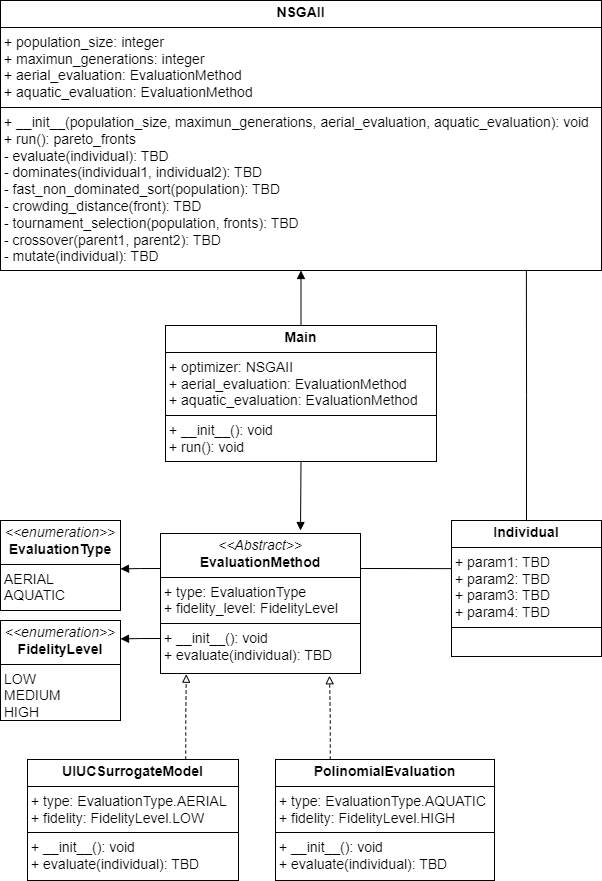
The draw.io diagram docs/diagrams/Class Diagram.png in JoeVogel/hydrone-multi-objective-optimization, before a commit. Source tidied: cells renumbered, new cells last; positions are measured from the earlier drawing's top-left corner, leaving out a move shared by most shapes.
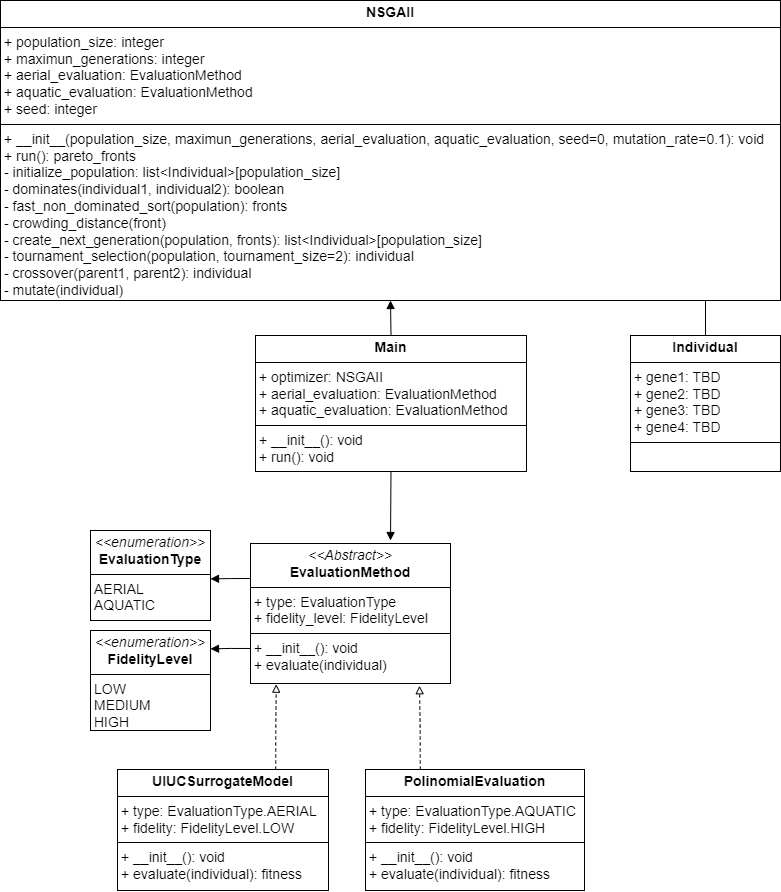
Later version of the same file.

What changed in the source:
```diff
@@ -12,10 +12,7 @@
         <mxPoint x="120" y="638.4" as="targetPoint" />
       </mxGeometry>
     </mxCell>
-    <mxCell id="4" style="edgeStyle=orthogonalEdgeStyle;rounded=0;jettySize=auto;html=1;exitX=1;exitY=0.25;exitDx=0;exitDy=0;endArrow=none;startFill=0;entryX=0.012;entryY=0.354;entryDx=0;entryDy=0;entryPerimeter=0;" parent="1" edge="1" source="5" target="15">
-      <mxGeometry relative="1" as="geometry" />
-    </mxCell>
-    <mxCell id="5" value="&lt;p style=&quot;margin:0px;margin-top:4px;text-align:center;&quot;&gt;&lt;font style=&quot;font-size: 14px;&quot;&gt;&lt;i style=&quot;&quot;&gt;&amp;lt;&amp;lt;Abstract&amp;gt;&amp;gt;&lt;/i&gt;&lt;br&gt;&lt;b style=&quot;&quot;&gt;EvaluationMethod&lt;/b&gt;&lt;/font&gt;&lt;/p&gt;&lt;hr size=&quot;1&quot; style=&quot;border-style:solid;&quot;&gt;&lt;p style=&quot;margin:0px;margin-left:4px;&quot;&gt;&lt;font style=&quot;font-size: 14px;&quot;&gt;+ type: EvaluationType&lt;br&gt;+ fidelity_level: FidelityLevel&lt;/font&gt;&lt;/p&gt;&lt;hr size=&quot;1&quot; style=&quot;border-style:solid;&quot;&gt;&lt;p style=&quot;margin:0px;margin-left:4px;&quot;&gt;&lt;font style=&quot;font-size: 14px;&quot;&gt;+ __init__(): void&lt;br&gt;+ evaluate(individual): TBD&lt;/font&gt;&lt;/p&gt;" style="verticalAlign=top;align=left;overflow=fill;html=1;whiteSpace=wrap;" parent="1" vertex="1">
+    <mxCell id="5" value="&lt;p style=&quot;margin:0px;margin-top:4px;text-align:center;&quot;&gt;&lt;font style=&quot;font-size: 14px;&quot;&gt;&lt;i style=&quot;&quot;&gt;&amp;lt;&amp;lt;Abstract&amp;gt;&amp;gt;&lt;/i&gt;&lt;br&gt;&lt;b style=&quot;&quot;&gt;EvaluationMethod&lt;/b&gt;&lt;/font&gt;&lt;/p&gt;&lt;hr size=&quot;1&quot; style=&quot;border-style:solid;&quot;&gt;&lt;p style=&quot;margin:0px;margin-left:4px;&quot;&gt;&lt;font style=&quot;font-size: 14px;&quot;&gt;+ type: EvaluationType&lt;br&gt;+ fidelity_level: FidelityLevel&lt;/font&gt;&lt;/p&gt;&lt;hr size=&quot;1&quot; style=&quot;border-style:solid;&quot;&gt;&lt;p style=&quot;margin:0px;margin-left:4px;&quot;&gt;&lt;font style=&quot;font-size: 14px;&quot;&gt;+ __init__(): void&lt;br&gt;+ evaluate(individual)&lt;/font&gt;&lt;/p&gt;" style="verticalAlign=top;align=left;overflow=fill;html=1;whiteSpace=wrap;" parent="1" vertex="1">
       <mxGeometry x="160" y="533" width="200" height="140" as="geometry" />
     </mxCell>
     <mxCell id="6" value="&lt;p style=&quot;margin:0px;margin-top:4px;text-align:center;&quot;&gt;&lt;font style=&quot;font-size: 14px;&quot;&gt;&lt;i style=&quot;&quot;&gt;&amp;lt;&amp;lt;enumeration&amp;gt;&amp;gt;&lt;/i&gt;&lt;br&gt;&lt;span style=&quot;text-align: left;&quot;&gt;&lt;b&gt;EvaluationType&lt;/b&gt;&lt;/span&gt;&lt;br&gt;&lt;/font&gt;&lt;/p&gt;&lt;hr size=&quot;1&quot; style=&quot;border-style:solid;&quot;&gt;&lt;p style=&quot;margin:0px;margin-left:4px;&quot;&gt;&lt;font style=&quot;font-size: 14px;&quot;&gt;AERIAL&lt;br&gt;AQUATIC&lt;/font&gt;&lt;/p&gt;&lt;p style=&quot;margin:0px;margin-left:4px;&quot;&gt;&lt;br&gt;&lt;/p&gt;" style="verticalAlign=top;align=left;overflow=fill;html=1;whiteSpace=wrap;" parent="1" vertex="1">
@@ -24,10 +21,10 @@
     <mxCell id="7" value="&lt;p style=&quot;margin:0px;margin-top:4px;text-align:center;&quot;&gt;&lt;font style=&quot;font-size: 14px;&quot;&gt;&lt;i style=&quot;&quot;&gt;&amp;lt;&amp;lt;enumeration&amp;gt;&amp;gt;&lt;/i&gt;&lt;br&gt;&lt;span style=&quot;text-align: left;&quot;&gt;&lt;b&gt;FidelityLevel&lt;/b&gt;&lt;/span&gt;&lt;br&gt;&lt;/font&gt;&lt;/p&gt;&lt;hr size=&quot;1&quot; style=&quot;border-style:solid;&quot;&gt;&lt;p style=&quot;margin:0px;margin-left:4px;&quot;&gt;&lt;font style=&quot;font-size: 14px;&quot;&gt;LOW&lt;br&gt;MEDIUM&lt;/font&gt;&lt;/p&gt;&lt;p style=&quot;margin:0px;margin-left:4px;&quot;&gt;&lt;font style=&quot;font-size: 14px;&quot;&gt;HIGH&lt;/font&gt;&lt;/p&gt;&lt;p style=&quot;margin:0px;margin-left:4px;&quot;&gt;&lt;br&gt;&lt;/p&gt;" style="verticalAlign=top;align=left;overflow=fill;html=1;whiteSpace=wrap;" parent="1" vertex="1">
       <mxGeometry y="620" width="120" height="100" as="geometry" />
     </mxCell>
-    <mxCell id="8" value="&lt;p style=&quot;margin:0px;margin-top:4px;text-align:center;&quot;&gt;&lt;b&gt;&lt;font style=&quot;font-size: 14px;&quot;&gt;UIUCSurrogateModel&lt;/font&gt;&lt;/b&gt;&lt;/p&gt;&lt;hr size=&quot;1&quot; style=&quot;border-style:solid;&quot;&gt;&lt;p style=&quot;margin:0px;margin-left:4px;&quot;&gt;&lt;font style=&quot;font-size: 14px;&quot;&gt;+ type: EvaluationType.AERIAL&lt;/font&gt;&lt;/p&gt;&lt;p style=&quot;margin:0px;margin-left:4px;&quot;&gt;&lt;font style=&quot;font-size: 14px;&quot;&gt;+ fidelity: FidelityLevel.LOW&lt;/font&gt;&lt;/p&gt;&lt;hr size=&quot;1&quot; style=&quot;border-style:solid;&quot;&gt;&lt;p style=&quot;margin:0px;margin-left:4px;&quot;&gt;&lt;font style=&quot;font-size: 14px;&quot;&gt;+ __init__(): void&lt;/font&gt;&lt;/p&gt;&lt;p style=&quot;margin:0px;margin-left:4px;&quot;&gt;&lt;font style=&quot;font-size: 14px;&quot;&gt;+ evaluate(individual): TBD&lt;/font&gt;&lt;/p&gt;" style="verticalAlign=top;align=left;overflow=fill;html=1;whiteSpace=wrap;" parent="1" vertex="1">
+    <mxCell id="8" value="&lt;p style=&quot;margin:0px;margin-top:4px;text-align:center;&quot;&gt;&lt;b&gt;&lt;font style=&quot;font-size: 14px;&quot;&gt;UIUCSurrogateModel&lt;/font&gt;&lt;/b&gt;&lt;/p&gt;&lt;hr size=&quot;1&quot; style=&quot;border-style:solid;&quot;&gt;&lt;p style=&quot;margin:0px;margin-left:4px;&quot;&gt;&lt;font style=&quot;font-size: 14px;&quot;&gt;+ type: EvaluationType.AERIAL&lt;/font&gt;&lt;/p&gt;&lt;p style=&quot;margin:0px;margin-left:4px;&quot;&gt;&lt;font style=&quot;font-size: 14px;&quot;&gt;+ fidelity: FidelityLevel.LOW&lt;/font&gt;&lt;/p&gt;&lt;hr size=&quot;1&quot; style=&quot;border-style:solid;&quot;&gt;&lt;p style=&quot;margin:0px;margin-left:4px;&quot;&gt;&lt;font style=&quot;font-size: 14px;&quot;&gt;+ __init__(): void&lt;/font&gt;&lt;/p&gt;&lt;p style=&quot;margin:0px;margin-left:4px;&quot;&gt;&lt;font style=&quot;font-size: 14px;&quot;&gt;+ evaluate(individual): fitness&lt;/font&gt;&lt;/p&gt;" style="verticalAlign=top;align=left;overflow=fill;html=1;whiteSpace=wrap;" parent="1" vertex="1">
       <mxGeometry x="27" y="759" width="211" height="121" as="geometry" />
     </mxCell>
-    <mxCell id="9" value="&lt;p style=&quot;margin:0px;margin-top:4px;text-align:center;&quot;&gt;&lt;b&gt;&lt;font style=&quot;font-size: 14px;&quot;&gt;PolinomialEvaluation&lt;/font&gt;&lt;/b&gt;&lt;/p&gt;&lt;hr size=&quot;1&quot; style=&quot;border-style:solid;&quot;&gt;&lt;p style=&quot;margin:0px;margin-left:4px;&quot;&gt;&lt;font style=&quot;font-size: 14px;&quot;&gt;+ type: EvaluationType.AQUATIC&lt;/font&gt;&lt;/p&gt;&lt;p style=&quot;margin:0px;margin-left:4px;&quot;&gt;&lt;font style=&quot;font-size: 14px;&quot;&gt;+ fidelity: FidelityLevel.HIGH&lt;/font&gt;&lt;/p&gt;&lt;hr size=&quot;1&quot; style=&quot;border-style:solid;&quot;&gt;&lt;p style=&quot;margin:0px;margin-left:4px;&quot;&gt;&lt;font style=&quot;font-size: 14px;&quot;&gt;+ __init__(): void&lt;/font&gt;&lt;/p&gt;&lt;p style=&quot;margin:0px;margin-left:4px;&quot;&gt;&lt;font style=&quot;font-size: 14px;&quot;&gt;+ evaluate(individual): TBD&lt;/font&gt;&lt;/p&gt;" style="verticalAlign=top;align=left;overflow=fill;html=1;whiteSpace=wrap;" parent="1" vertex="1">
+    <mxCell id="9" value="&lt;p style=&quot;margin:0px;margin-top:4px;text-align:center;&quot;&gt;&lt;b&gt;&lt;font style=&quot;font-size: 14px;&quot;&gt;PolinomialEvaluation&lt;/font&gt;&lt;/b&gt;&lt;/p&gt;&lt;hr size=&quot;1&quot; style=&quot;border-style:solid;&quot;&gt;&lt;p style=&quot;margin:0px;margin-left:4px;&quot;&gt;&lt;font style=&quot;font-size: 14px;&quot;&gt;+ type: EvaluationType.AQUATIC&lt;/font&gt;&lt;/p&gt;&lt;p style=&quot;margin:0px;margin-left:4px;&quot;&gt;&lt;font style=&quot;font-size: 14px;&quot;&gt;+ fidelity: FidelityLevel.HIGH&lt;/font&gt;&lt;/p&gt;&lt;hr size=&quot;1&quot; style=&quot;border-style:solid;&quot;&gt;&lt;p style=&quot;margin:0px;margin-left:4px;&quot;&gt;&lt;font style=&quot;font-size: 14px;&quot;&gt;+ __init__(): void&lt;/font&gt;&lt;/p&gt;&lt;p style=&quot;margin:0px;margin-left:4px;&quot;&gt;&lt;font style=&quot;font-size: 14px;&quot;&gt;+ evaluate(individual): fitness&lt;/font&gt;&lt;/p&gt;" style="verticalAlign=top;align=left;overflow=fill;html=1;whiteSpace=wrap;" parent="1" vertex="1">
       <mxGeometry x="275" y="759" width="219" height="121" as="geometry" />
     </mxCell>
     <mxCell id="10" style="edgeStyle=orthogonalEdgeStyle;rounded=0;jettySize=auto;html=1;exitX=0.75;exitY=0;exitDx=0;exitDy=0;entryX=0.129;entryY=1.005;entryDx=0;entryDy=0;entryPerimeter=0;dashed=1;endArrow=block;endFill=0;" parent="1" edge="1" source="8" target="5">
@@ -42,14 +39,16 @@
     <mxCell id="13" value="&lt;p style=&quot;margin:0px;margin-top:4px;text-align:center;&quot;&gt;&lt;b&gt;&lt;font style=&quot;font-size: 14px;&quot;&gt;Main&lt;/font&gt;&lt;/b&gt;&lt;/p&gt;&lt;hr size=&quot;1&quot; style=&quot;border-style:solid;&quot;&gt;&lt;p style=&quot;margin:0px;margin-left:4px;&quot;&gt;&lt;font style=&quot;font-size: 14px;&quot;&gt;+ optimizer: NSGAII&lt;/font&gt;&lt;/p&gt;&lt;p style=&quot;margin:0px;margin-left:4px;&quot;&gt;&lt;font style=&quot;font-size: 14px;&quot;&gt;+&amp;nbsp;&lt;span style=&quot;background-color: transparent; color: light-dark(rgb(0, 0, 0), rgb(255, 255, 255));&quot;&gt;aerial_evaluation: EvaluationMethod&lt;/span&gt;&lt;/font&gt;&lt;/p&gt;&lt;p style=&quot;margin:0px;margin-left:4px;&quot;&gt;&lt;font style=&quot;font-size: 14px;&quot;&gt;+ aquatic_evaluation: EvaluationMethod&lt;/font&gt;&lt;/p&gt;&lt;hr size=&quot;1&quot; style=&quot;border-style:solid;&quot;&gt;&lt;p style=&quot;margin:0px;margin-left:4px;&quot;&gt;&lt;font style=&quot;font-size: 14px;&quot;&gt;+ __init__(): void&lt;/font&gt;&lt;/p&gt;&lt;p style=&quot;margin:0px;margin-left:4px;&quot;&gt;&lt;font style=&quot;font-size: 14px;&quot;&gt;+ run(): void&lt;/font&gt;&lt;/p&gt;" style="verticalAlign=top;align=left;overflow=fill;html=1;whiteSpace=wrap;" parent="1" vertex="1">
       <mxGeometry x="165" y="325" width="271" height="136" as="geometry" />
     </mxCell>
-    <mxCell id="14" value="&lt;p style=&quot;margin:0px;margin-top:4px;text-align:center;&quot;&gt;&lt;b&gt;&lt;font style=&quot;font-size: 14px;&quot;&gt;NSGAII&lt;/font&gt;&lt;/b&gt;&lt;/p&gt;&lt;hr size=&quot;1&quot; style=&quot;border-style:solid;&quot;&gt;&lt;p style=&quot;margin:0px;margin-left:4px;&quot;&gt;&lt;font style=&quot;font-size: 14px;&quot;&gt;+ population_size: integer&lt;/font&gt;&lt;/p&gt;&lt;p style=&quot;margin:0px;margin-left:4px;&quot;&gt;&lt;font style=&quot;font-size: 14px;&quot;&gt;+&amp;nbsp;&lt;span style=&quot;background-color: transparent; color: light-dark(rgb(0, 0, 0), rgb(255, 255, 255));&quot;&gt;maximun_generations: integer&lt;/span&gt;&lt;/font&gt;&lt;/p&gt;&lt;p style=&quot;margin:0px;margin-left:4px;&quot;&gt;&lt;font style=&quot;font-size: 14px;&quot;&gt;+ aerial_evaluation: EvaluationMethod&lt;/font&gt;&lt;/p&gt;&lt;p style=&quot;margin:0px;margin-left:4px;&quot;&gt;&lt;font style=&quot;font-size: 14px;&quot;&gt;+ aquatic_evaluation: EvaluationMethod&lt;/font&gt;&lt;/p&gt;&lt;hr size=&quot;1&quot; style=&quot;border-style:solid;&quot;&gt;&lt;p style=&quot;margin:0px;margin-left:4px;&quot;&gt;&lt;font style=&quot;font-size: 14px;&quot;&gt;+ __init__(population_size,&amp;nbsp;&lt;span style=&quot;background-color: transparent; color: light-dark(rgb(0, 0, 0), rgb(255, 255, 255));&quot;&gt;maximun_generations,&amp;nbsp;&lt;/span&gt;&lt;span style=&quot;background-color: transparent; color: light-dark(rgb(0, 0, 0), rgb(255, 255, 255));&quot;&gt;aerial_evaluation,&amp;nbsp;&lt;/span&gt;&lt;span style=&quot;background-color: transparent; color: light-dark(rgb(0, 0, 0), rgb(255, 255, 255));&quot;&gt;aquatic_evaluation&lt;/span&gt;&lt;span style=&quot;background-color: transparent; color: light-dark(rgb(0, 0, 0), rgb(255, 255, 255));&quot;&gt;): void&lt;/span&gt;&lt;/font&gt;&lt;/p&gt;&lt;p style=&quot;margin:0px;margin-left:4px;&quot;&gt;&lt;font style=&quot;font-size: 14px;&quot;&gt;+ run(): pareto_fronts&lt;/font&gt;&lt;/p&gt;&lt;p style=&quot;margin:0px;margin-left:4px;&quot;&gt;&lt;font style=&quot;font-size: 14px;&quot;&gt;- evaluate(individual): TBD&lt;/font&gt;&lt;/p&gt;&lt;p style=&quot;margin:0px;margin-left:4px;&quot;&gt;&lt;font style=&quot;font-size: 14px;&quot;&gt;-&amp;nbsp;dominates(individual1, individual2): TBD&lt;/font&gt;&lt;/p&gt;&lt;p style=&quot;margin:0px;margin-left:4px;&quot;&gt;&lt;font style=&quot;font-size: 14px;&quot;&gt;- fast_non_dominated_sort(population): TBD&lt;/font&gt;&lt;/p&gt;&lt;p style=&quot;margin:0px;margin-left:4px;&quot;&gt;&lt;font style=&quot;font-size: 14px;&quot;&gt;-&amp;nbsp;crowding_distance(front): TBD&lt;/font&gt;&lt;/p&gt;&lt;p style=&quot;margin:0px;margin-left:4px;&quot;&gt;&lt;font style=&quot;font-size: 14px;&quot;&gt;-&amp;nbsp;tournament_selection(population, fronts): TBD&lt;/font&gt;&lt;/p&gt;&lt;p style=&quot;margin:0px;margin-left:4px;&quot;&gt;&lt;font style=&quot;font-size: 14px;&quot;&gt;-&amp;nbsp;crossover(parent1, parent2): TBD&lt;/font&gt;&lt;/p&gt;&lt;p style=&quot;margin:0px;margin-left:4px;&quot;&gt;&lt;font style=&quot;font-size: 14px;&quot;&gt;-&amp;nbsp;mutate(individual): TBD&lt;/font&gt;&lt;/p&gt;" style="verticalAlign=top;align=left;overflow=fill;html=1;whiteSpace=wrap;" parent="1" vertex="1">
-      <mxGeometry width="601" height="270" as="geometry" />
+    <mxCell id="14" value="&lt;p style=&quot;margin:0px;margin-top:4px;text-align:center;&quot;&gt;&lt;b&gt;&lt;font style=&quot;font-size: 14px;&quot;&gt;NSGAII&lt;/font&gt;&lt;/b&gt;&lt;/p&gt;&lt;hr size=&quot;1&quot; style=&quot;border-style:solid;&quot;&gt;&lt;p style=&quot;margin:0px;margin-left:4px;&quot;&gt;&lt;font style=&quot;font-size: 14px;&quot;&gt;+ population_size: integer&lt;/font&gt;&lt;/p&gt;&lt;p style=&quot;margin:0px;margin-left:4px;&quot;&gt;&lt;font style=&quot;font-size: 14px;&quot;&gt;+&amp;nbsp;&lt;span style=&quot;background-color: transparent; color: light-dark(rgb(0, 0, 0), rgb(255, 255, 255));&quot;&gt;maximun_generations: integer&lt;/span&gt;&lt;/font&gt;&lt;/p&gt;&lt;p style=&quot;margin:0px;margin-left:4px;&quot;&gt;&lt;font style=&quot;font-size: 14px;&quot;&gt;+ aerial_evaluation: EvaluationMethod&lt;/font&gt;&lt;/p&gt;&lt;p style=&quot;margin:0px;margin-left:4px;&quot;&gt;&lt;font style=&quot;font-size: 14px;&quot;&gt;+ aquatic_evaluation: EvaluationMethod&lt;/font&gt;&lt;/p&gt;&lt;p style=&quot;margin:0px;margin-left:4px;&quot;&gt;&lt;font style=&quot;font-size: 14px;&quot;&gt;+ seed: integer&lt;/font&gt;&lt;/p&gt;&lt;hr size=&quot;1&quot; style=&quot;border-style:solid;&quot;&gt;&lt;p style=&quot;margin:0px;margin-left:4px;&quot;&gt;&lt;font style=&quot;font-size: 14px;&quot;&gt;+ __init__(population_size,&amp;nbsp;&lt;span style=&quot;background-color: transparent; color: light-dark(rgb(0, 0, 0), rgb(255, 255, 255));&quot;&gt;maximun_generations,&amp;nbsp;&lt;/span&gt;&lt;span style=&quot;background-color: transparent; color: light-dark(rgb(0, 0, 0), rgb(255, 255, 255));&quot;&gt;aerial_evaluation,&amp;nbsp;&lt;/span&gt;&lt;span style=&quot;background-color: transparent; color: light-dark(rgb(0, 0, 0), rgb(255, 255, 255));&quot;&gt;aquatic_evaluation, seed=0,&amp;nbsp;&lt;/span&gt;&lt;/font&gt;&lt;span style=&quot;background-color: transparent; font-size: 14px;&quot;&gt;mutation_rate=0.1&lt;/span&gt;&lt;span style=&quot;background-color: transparent; color: light-dark(rgb(0, 0, 0), rgb(255, 255, 255)); font-size: 14px;&quot;&gt;): void&lt;/span&gt;&lt;/p&gt;&lt;p style=&quot;margin:0px;margin-left:4px;&quot;&gt;&lt;font style=&quot;font-size: 14px;&quot;&gt;+ run(): pareto_fronts&lt;/font&gt;&lt;/p&gt;&lt;p style=&quot;margin:0px;margin-left:4px;&quot;&gt;&lt;font style=&quot;font-size: 14px;&quot;&gt;-&amp;nbsp;initialize_population: list&amp;lt;Individual&amp;gt;[population_size]&lt;/font&gt;&lt;/p&gt;&lt;p style=&quot;margin:0px;margin-left:4px;&quot;&gt;&lt;font style=&quot;font-size: 14px;&quot;&gt;-&amp;nbsp;dominates(individual1, individual2): boolean&lt;/font&gt;&lt;/p&gt;&lt;p style=&quot;margin:0px;margin-left:4px;&quot;&gt;&lt;font style=&quot;font-size: 14px;&quot;&gt;- fast_non_dominated_sort(population): fronts&lt;/font&gt;&lt;/p&gt;&lt;p style=&quot;margin:0px;margin-left:4px;&quot;&gt;&lt;font style=&quot;font-size: 14px;&quot;&gt;-&amp;nbsp;crowding_distance(front)&lt;/font&gt;&lt;/p&gt;&lt;p style=&quot;margin:0px;margin-left:4px;&quot;&gt;&lt;font style=&quot;font-size: 14px;&quot;&gt;- create_next_generation(population, fronts): list&amp;lt;Individual&amp;gt;[population_size]&lt;/font&gt;&lt;/p&gt;&lt;p style=&quot;margin:0px;margin-left:4px;&quot;&gt;&lt;font style=&quot;font-size: 14px;&quot;&gt;-&amp;nbsp;tournament_selection(population, tournament_size=2): individual&lt;/font&gt;&lt;/p&gt;&lt;p style=&quot;margin:0px;margin-left:4px;&quot;&gt;&lt;font style=&quot;font-size: 14px;&quot;&gt;-&amp;nbsp;crossover(parent1, parent2): individual&lt;/font&gt;&lt;/p&gt;&lt;p style=&quot;margin:0px;margin-left:4px;&quot;&gt;&lt;font style=&quot;font-size: 14px;&quot;&gt;-&amp;nbsp;mutate(individual)&lt;/font&gt;&lt;/p&gt;" style="verticalAlign=top;align=left;overflow=fill;html=1;whiteSpace=wrap;" parent="1" vertex="1">
+      <mxGeometry x="-90" y="-10" width="780" height="300" as="geometry" />
     </mxCell>
-    <mxCell id="15" value="&lt;p style=&quot;margin:0px;margin-top:4px;text-align:center;&quot;&gt;&lt;b&gt;&lt;font style=&quot;font-size: 14px;&quot;&gt;Individual&lt;/font&gt;&lt;/b&gt;&lt;/p&gt;&lt;hr size=&quot;1&quot; style=&quot;border-style:solid;&quot;&gt;&lt;p style=&quot;margin:0px;margin-left:4px;&quot;&gt;&lt;font style=&quot;font-size: 14px;&quot;&gt;+ param1: TBD&lt;/font&gt;&lt;/p&gt;&lt;p style=&quot;margin:0px;margin-left:4px;&quot;&gt;&lt;font style=&quot;font-size: 14px;&quot;&gt;+ param2: TBD&lt;/font&gt;&lt;/p&gt;&lt;p style=&quot;margin:0px;margin-left:4px;&quot;&gt;&lt;font style=&quot;font-size: 14px;&quot;&gt;+ param3: TBD&lt;/font&gt;&lt;/p&gt;&lt;p style=&quot;margin:0px;margin-left:4px;&quot;&gt;&lt;font style=&quot;font-size: 14px;&quot;&gt;+ param4: TBD&lt;/font&gt;&lt;/p&gt;&lt;hr size=&quot;1&quot; style=&quot;border-style:solid;&quot;&gt;&lt;p style=&quot;margin:0px;margin-left:4px;&quot;&gt;&lt;br&gt;&lt;/p&gt;" style="verticalAlign=top;align=left;overflow=fill;html=1;whiteSpace=wrap;" parent="1" vertex="1">
-      <mxGeometry x="451" y="520" width="150" height="136" as="geometry" />
+    <mxCell id="15" value="&lt;p style=&quot;margin:0px;margin-top:4px;text-align:center;&quot;&gt;&lt;b&gt;&lt;font style=&quot;font-size: 14px;&quot;&gt;Individual&lt;/font&gt;&lt;/b&gt;&lt;/p&gt;&lt;hr size=&quot;1&quot; style=&quot;border-style:solid;&quot;&gt;&lt;p style=&quot;margin:0px;margin-left:4px;&quot;&gt;&lt;font style=&quot;font-size: 14px;&quot;&gt;+ gene1: TBD&lt;/font&gt;&lt;/p&gt;&lt;p style=&quot;margin:0px;margin-left:4px;&quot;&gt;&lt;font style=&quot;font-size: 14px;&quot;&gt;+ gene2: TBD&lt;/font&gt;&lt;/p&gt;&lt;p style=&quot;margin:0px;margin-left:4px;&quot;&gt;&lt;font style=&quot;font-size: 14px;&quot;&gt;+ gene3: TBD&lt;/font&gt;&lt;/p&gt;&lt;p style=&quot;margin:0px;margin-left:4px;&quot;&gt;&lt;font style=&quot;font-size: 14px;&quot;&gt;+ gene4: TBD&lt;/font&gt;&lt;/p&gt;&lt;hr size=&quot;1&quot; style=&quot;border-style:solid;&quot;&gt;&lt;p style=&quot;margin:0px;margin-left:4px;&quot;&gt;&lt;br&gt;&lt;/p&gt;" style="verticalAlign=top;align=left;overflow=fill;html=1;whiteSpace=wrap;" parent="1" vertex="1">
+      <mxGeometry x="540" y="325" width="150" height="136" as="geometry" />
     </mxCell>
-    <mxCell id="16" style="edgeStyle=orthogonalEdgeStyle;rounded=0;jettySize=auto;html=1;exitX=0.5;exitY=0;exitDx=0;exitDy=0;entryX=0.875;entryY=1;entryDx=0;entryDy=0;entryPerimeter=0;endArrow=none;startFill=0;" parent="1" edge="1" source="15" target="14">
-      <mxGeometry relative="1" as="geometry" />
+    <mxCell id="16" style="edgeStyle=orthogonalEdgeStyle;rounded=0;jettySize=auto;html=1;exitX=0.5;exitY=0;exitDx=0;exitDy=0;endArrow=none;startFill=0;" parent="1" edge="1" source="15">
+      <mxGeometry relative="1" as="geometry">
+        <mxPoint x="615" y="290" as="targetPoint" />
+      </mxGeometry>
     </mxCell>
     <mxCell id="17" style="edgeStyle=orthogonalEdgeStyle;rounded=0;jettySize=auto;html=1;exitX=0.5;exitY=1;exitDx=0;exitDy=0;endArrow=block;endFill=1;" parent="1" edge="1" source="13">
       <mxGeometry relative="1" as="geometry">
```
